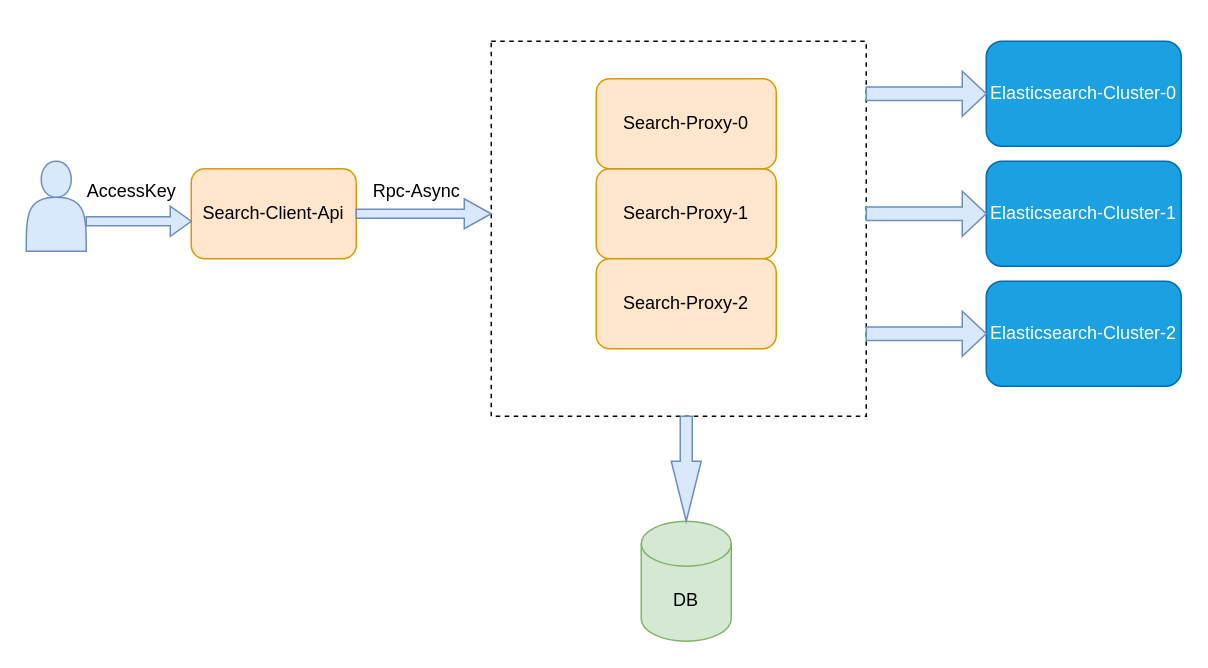
This is src/搜索网关.drawio from YANGJINJUE/SSM_Template, a draw.io file, before an edit. Source tidied: cells renumbered, new cells numbered last; positions are measured from the earlier drawing's top-left corner, leaving out a move shared by most shapes. Both pictures are drawn from the tidied source at 150%, with x=0, y=0 at pixel (26, 40).
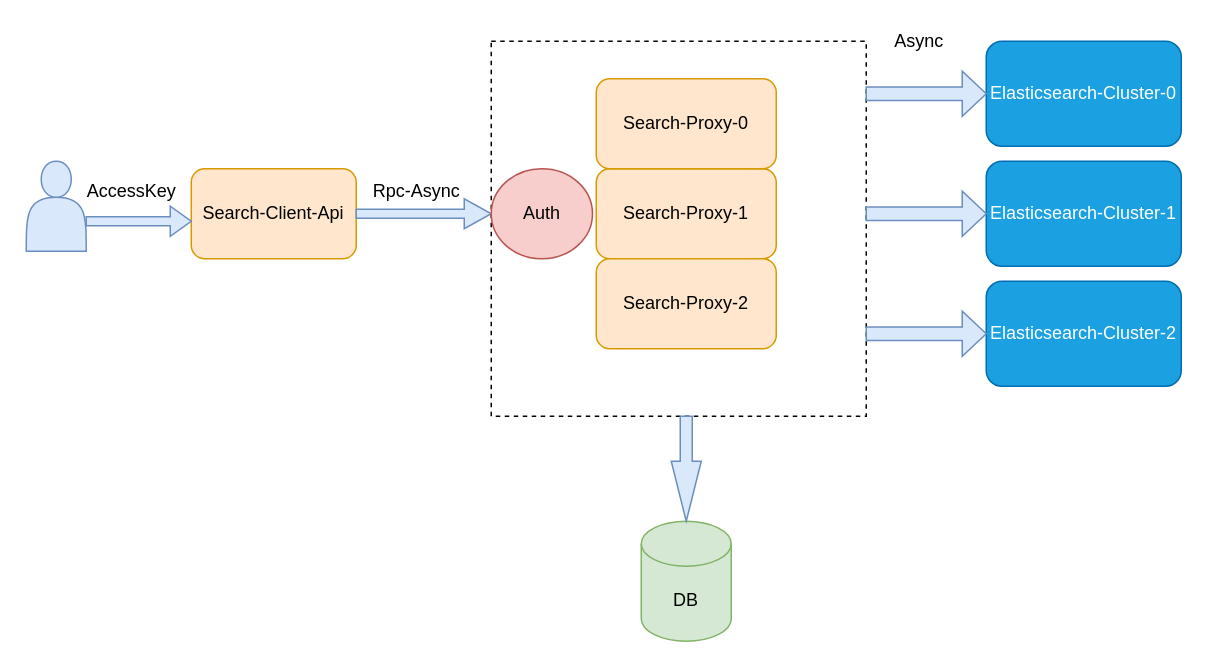
After the change.

What changed in the source:
```diff
@@
+    <mxCell id="20" value="Async" style="text;html=1;align=center;verticalAlign=middle;strokeColor=none;fillColor=none;" parent="1" vertex="1">
+      <mxGeometry x="570" y="-10" width="50" height="20" as="geometry" />
+    </mxCell>
+    <mxCell id="21" value="Auth" style="ellipse;whiteSpace=wrap;html=1;fillColor=#f8cecc;strokeColor=#b85450;" parent="1" vertex="1">
+      <mxGeometry x="310" y="85" width="67.5" height="60" as="geometry" />
+    </mxCell>
```
